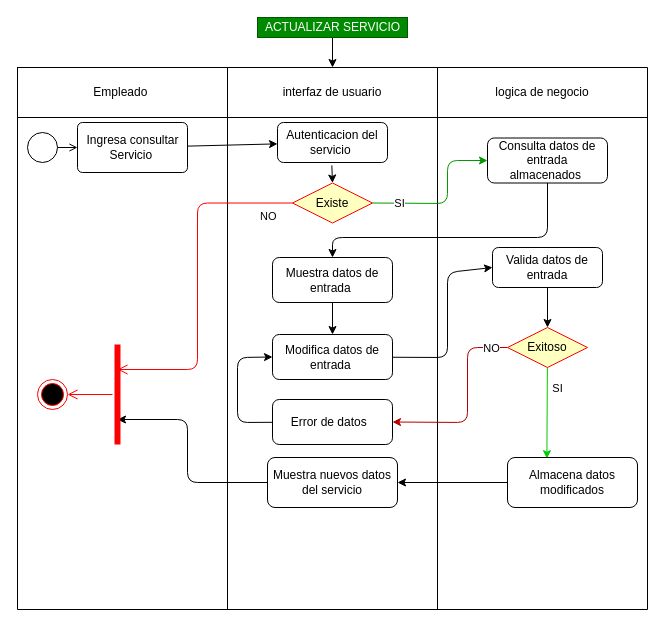
DavidArtavia/Activity_Diagram- keeps this draw.io diagram as Diagramas_Actividad/DAE.5.2.drawio. Above is the earlier version. Source tidied: cells renumbered, new cells numbered last; positions are measured from the earlier drawing's top-left corner, leaving out a move shared by most shapes. Both pictures are drawn from the tidied source at 100%, with x=0, y=0 at pixel (17, 17).
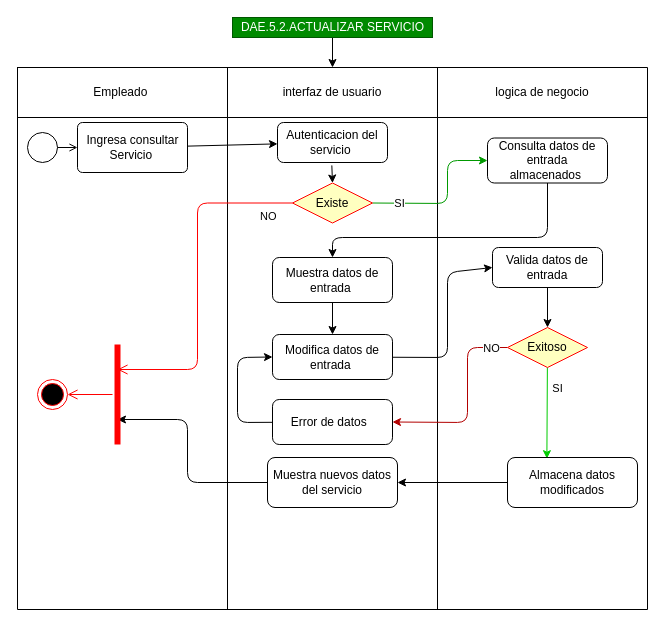
Above is the later version.

Diff of the diagram source:
```diff
@@
-    <mxCell id="23" value="ACTUALIZAR SERVICIO" style="text;html=1;align=center;verticalAlign=middle;points=[];rounded=0;fillColor=#008a00;fontColor=#ffffff;strokeColor=#005700;" parent="1" vertex="1">
-      <mxGeometry x="240" width="150" height="20" as="geometry" />
+    <mxCell id="23" value="DAE.5.2.ACTUALIZAR SERVICIO" style="text;html=1;align=center;verticalAlign=middle;points=[];rounded=0;fillColor=#008a00;fontColor=#ffffff;strokeColor=#005700;" parent="1" vertex="1">
+      <mxGeometry x="215" width="200" height="20" as="geometry" />
     </mxCell>
```
